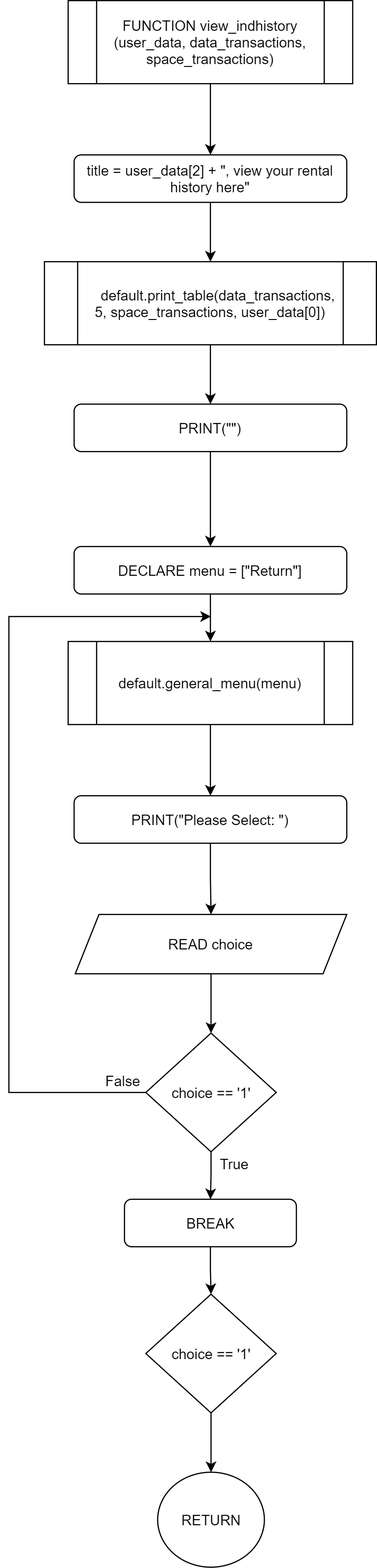
Before: Flowchart/clients/view_indhistory.png, a diagram exported from draw.io (RabbitBear00/Car-Rental-System). Source tidied: cells renumbered, new cells last; positions are measured from the earlier drawing's top-left corner, leaving out a move shared by most shapes.
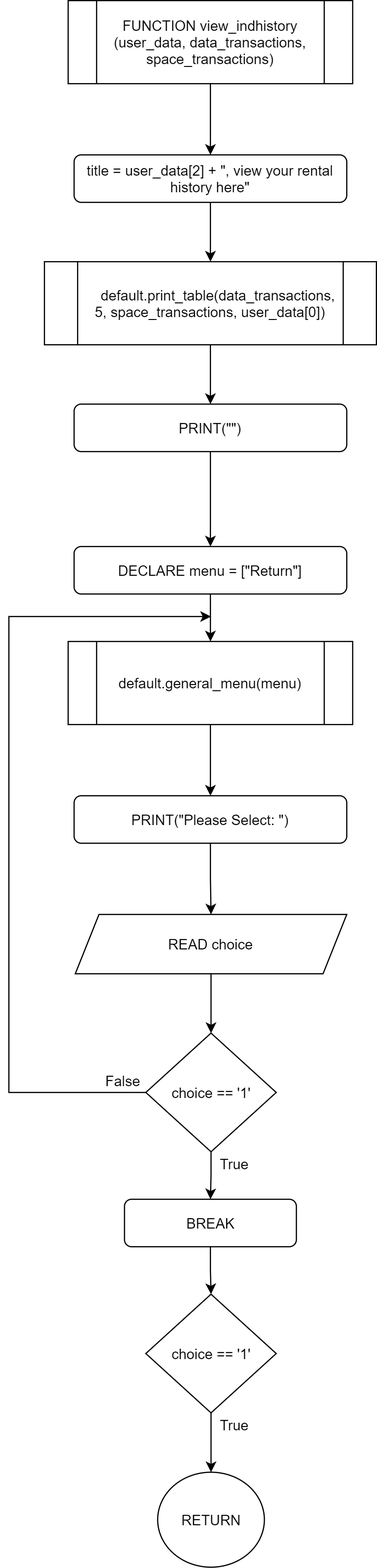
Above is the later version.

What changed in the source:
```diff
@@ -86,5 +86,8 @@
     <mxCell id="27" value="True" style="text;html=1;align=center;verticalAlign=middle;strokeColor=none;" parent="1" vertex="1">
       <mxGeometry x="170" y="970" width="40" height="20" as="geometry" />
     </mxCell>
+    <mxCell id="28" value="True" style="text;html=1;align=center;verticalAlign=middle;strokeColor=none;" parent="1" vertex="1">
+      <mxGeometry x="170" y="1190" width="40" height="20" as="geometry" />
+    </mxCell>
   </root>
 </mxGraphModel>
```
